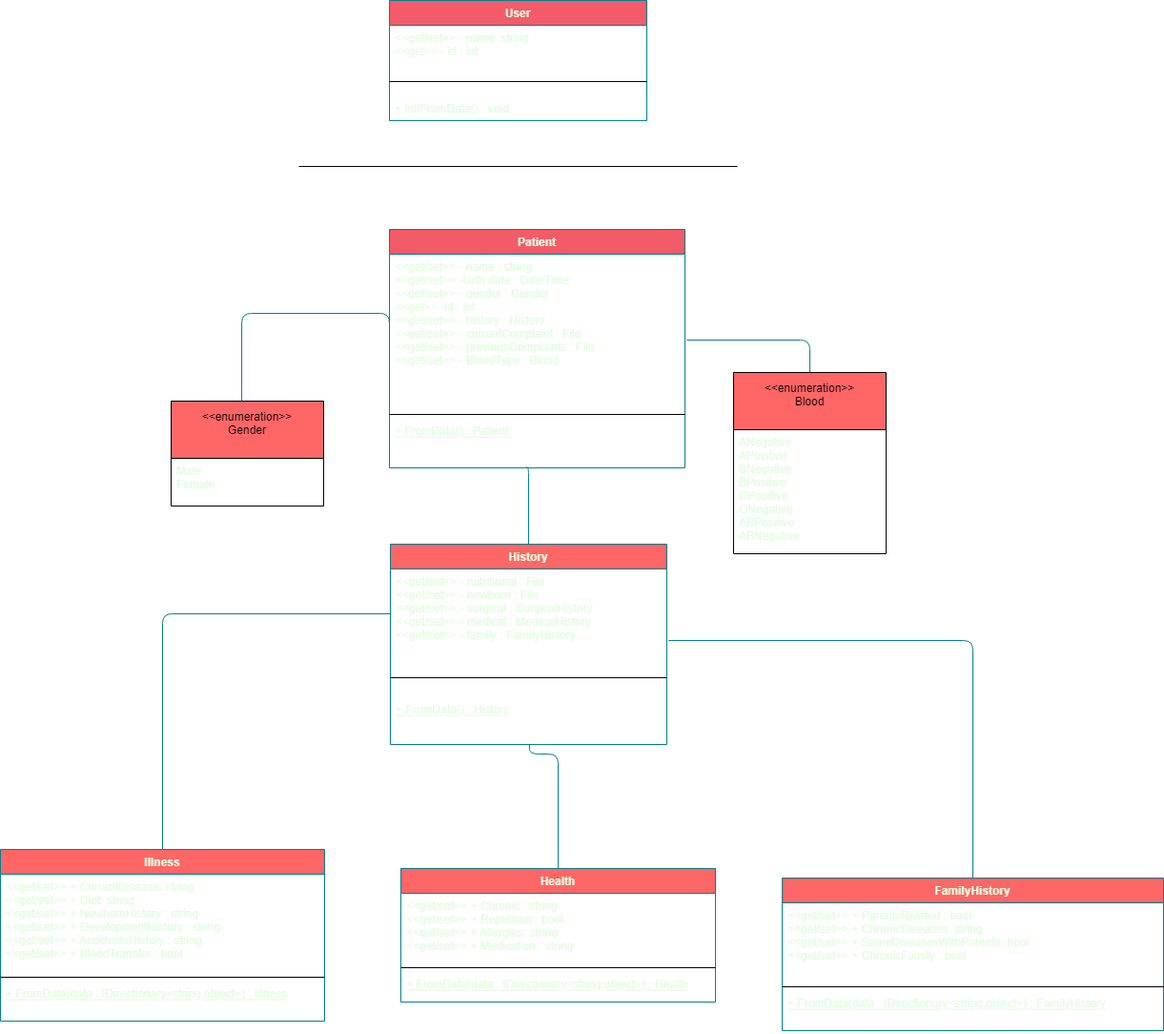
The draw.io diagram ClassDiagram.drawio.png in YusufAbdelaziz/go-clinic, before a commit. Source tidied: cells renumbered, new cells last; positions are measured from the earlier drawing's top-left corner, leaving out a move shared by most shapes.
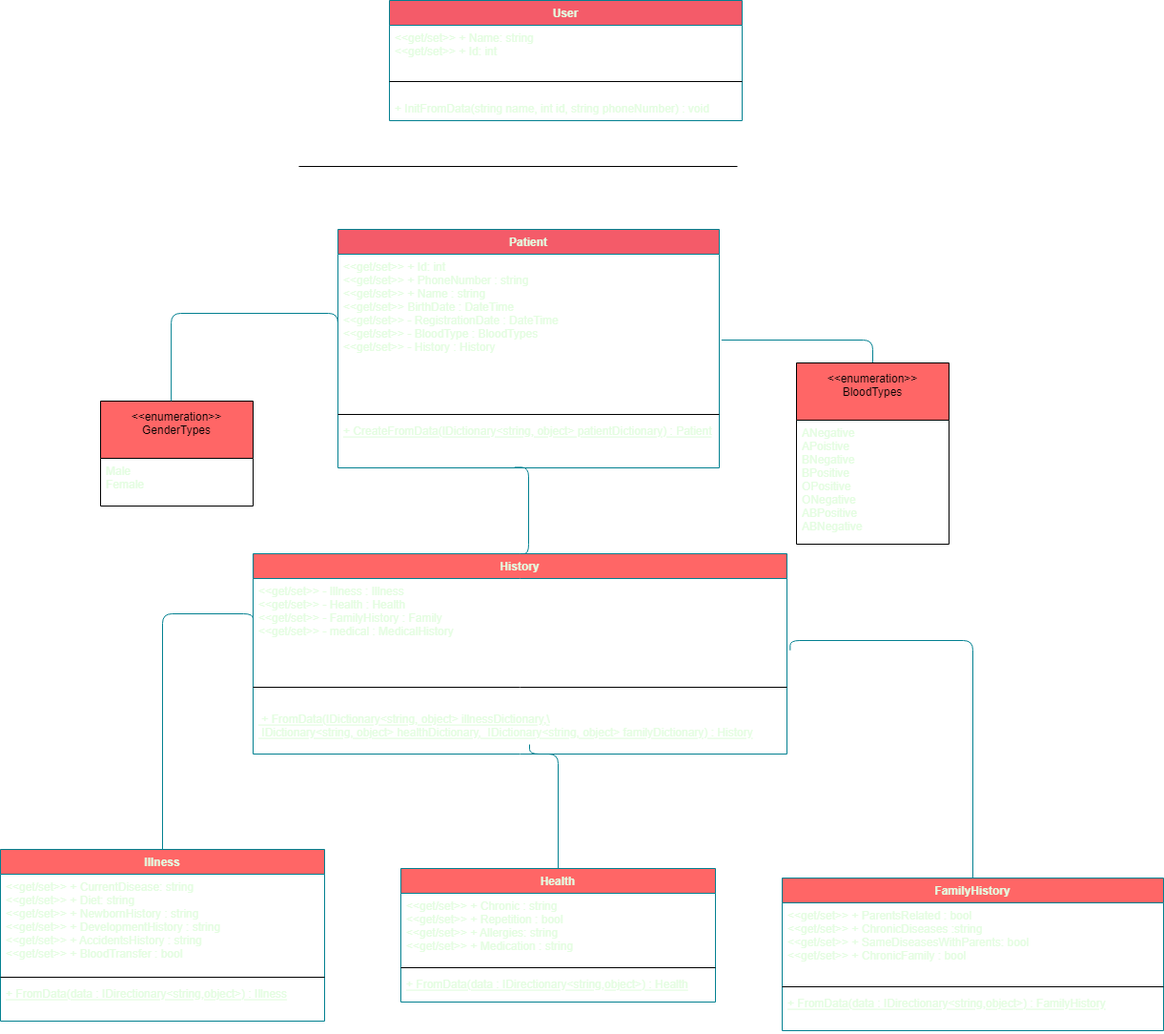
Above is the later version.

Diff of the diagram source:
```diff
@@ -3,34 +3,34 @@
     <mxCell id="0" />
     <mxCell id="1" parent="0" />
     <mxCell id="2" value="User" style="swimlane;fontStyle=1;align=center;verticalAlign=top;horizontal=1;startSize=26;rounded=0;sketch=0;fontColor=#E4FDE1;strokeColor=#028090;fillColor=#F45B69;" parent="1" vertex="1">
-      <mxGeometry x="408" width="270" height="126" as="geometry" />
+      <mxGeometry x="408" width="370" height="126" as="geometry" />
     </mxCell>
-    <mxCell id="3" value="&lt;&lt;get/set&gt;&gt; - name: string&#10;&lt;&lt;get&gt;&gt; - id : int&#10;&#10;" style="text;strokeColor=none;fillColor=none;align=left;verticalAlign=top;spacingLeft=4;spacingRight=4;overflow=hidden;rounded=0;sketch=0;fontColor=#E4FDE1;" parent="2" vertex="1">
-      <mxGeometry y="26" width="270" height="44" as="geometry" />
+    <mxCell id="3" value="&lt;&lt;get/set&gt;&gt; + Name: string&#10;&lt;&lt;get/set&gt;&gt; + Id: int&#10;&#10;&#10;" style="text;strokeColor=none;fillColor=none;align=left;verticalAlign=top;spacingLeft=4;spacingRight=4;overflow=hidden;rounded=0;sketch=0;fontColor=#E4FDE1;" parent="2" vertex="1">
+      <mxGeometry y="26" width="370" height="44" as="geometry" />
     </mxCell>
     <mxCell id="4" style="line;strokeWidth=1;fillColor=none;align=left;verticalAlign=middle;spacingTop=-1;spacingLeft=3;spacingRight=3;labelPosition=right;rounded=0;sketch=0;fontColor=#E4FDE1;" parent="2" vertex="1">
-      <mxGeometry y="70" width="270" height="30" as="geometry" />
+      <mxGeometry y="70" width="370" height="30" as="geometry" />
     </mxCell>
-    <mxCell id="5" value="+ InitFromData() : void" style="text;strokeColor=none;fillColor=none;align=left;verticalAlign=top;spacingLeft=4;spacingRight=4;overflow=hidden;rounded=0;sketch=0;fontColor=#E4FDE1;" parent="2" vertex="1">
-      <mxGeometry y="100" width="270" height="26" as="geometry" />
+    <mxCell id="5" value="+ InitFromData(string name, int id, string phoneNumber) : void" style="text;strokeColor=none;fillColor=none;align=left;verticalAlign=top;spacingLeft=4;spacingRight=4;overflow=hidden;rounded=0;sketch=0;fontColor=#E4FDE1;" parent="2" vertex="1">
+      <mxGeometry y="100" width="370" height="26" as="geometry" />
     </mxCell>
     <mxCell id="6" style="line;strokeWidth=1;fillColor=none;align=left;verticalAlign=middle;spacingTop=-1;spacingLeft=3;spacingRight=3;labelPosition=right;rounded=0;sketch=0;fontColor=#E4FDE1;" parent="1" vertex="1">
       <mxGeometry x="313" y="170" width="460" height="8" as="geometry" />
     </mxCell>
     <mxCell id="7" value="Patient" style="swimlane;fontStyle=1;align=center;verticalAlign=top;horizontal=1;startSize=26;rounded=0;sketch=0;fontColor=#E4FDE1;strokeColor=#028090;fillColor=#F45B69;" parent="1" vertex="1">
-      <mxGeometry x="408" y="240" width="310" height="250" as="geometry" />
+      <mxGeometry x="354" y="240" width="400" height="250" as="geometry" />
     </mxCell>
-    <mxCell id="8" value="&lt;&lt;get/set&gt;&gt; - name : string&#10;&lt;&lt;get/set&gt;&gt; -birth date : DateTime&#10;&lt;&lt;get/set&gt;&gt; - gender : Gender&#10;&lt;&lt;get&gt;&gt; -id : int&#10;&lt;&lt;get/set&gt;&gt; - history : History&#10;&lt;&lt;get/set&gt;&gt; - currentComplaint : File&#10;&lt;&lt;get/set&gt;&gt; - previousComplaints : File&#10;&lt;&lt;get/set&gt;&gt; - BloodType : Blood" style="text;strokeColor=none;fillColor=none;align=left;verticalAlign=top;spacingLeft=4;spacingRight=4;overflow=hidden;points=[[0,0.5],[1,0.5]];portConstraint=eastwest;rounded=0;sketch=0;fontColor=#E4FDE1;" parent="7" vertex="1">
-      <mxGeometry y="26" width="310" height="164" as="geometry" />
+    <mxCell id="8" value="&lt;&lt;get/set&gt;&gt; + Id: int&#10;&lt;&lt;get/set&gt;&gt; + PhoneNumber : string&#10;&lt;&lt;get/set&gt;&gt; + Name : string&#10;&lt;&lt;get/set&gt;&gt; BirthDate : DateTime&#10;&lt;&lt;get/set&gt;&gt; - RegistrationDate : DateTime&#10;&lt;&lt;get/set&gt;&gt; - BloodType : BloodTypes&#10;&lt;&lt;get/set&gt;&gt; - History : History&#10;" style="text;strokeColor=none;fillColor=none;align=left;verticalAlign=top;spacingLeft=4;spacingRight=4;overflow=hidden;points=[[0,0.5],[1,0.5]];portConstraint=eastwest;rounded=0;sketch=0;fontColor=#E4FDE1;" parent="7" vertex="1">
+      <mxGeometry y="26" width="400" height="164" as="geometry" />
     </mxCell>
     <mxCell id="9" style="line;strokeWidth=1;fillColor=none;align=left;verticalAlign=middle;spacingTop=-1;spacingLeft=3;spacingRight=3;labelPosition=right;rounded=0;sketch=0;fontColor=#E4FDE1;" parent="7" vertex="1">
-      <mxGeometry y="190" width="310" height="8" as="geometry" />
+      <mxGeometry y="190" width="400" height="8" as="geometry" />
     </mxCell>
-    <mxCell id="10" value="+ FromData() : Patient " style="text;strokeColor=none;fillColor=none;align=left;verticalAlign=top;spacingLeft=4;spacingRight=4;overflow=hidden;points=[[0,0.5],[1,0.5]];portConstraint=eastwest;rounded=0;sketch=0;fontColor=#E4FDE1;fontStyle=4;" parent="7" vertex="1">
-      <mxGeometry y="198" width="310" height="52" as="geometry" />
+    <mxCell id="10" value="+ CreateFromData(IDictionary&lt;string, object&gt; patientDictionary) : Patient" style="text;strokeColor=none;fillColor=none;align=left;verticalAlign=top;spacingLeft=4;spacingRight=4;overflow=hidden;points=[[0,0.5],[1,0.5]];portConstraint=eastwest;rounded=0;sketch=0;fontColor=#E4FDE1;fontStyle=4;" parent="7" vertex="1">
+      <mxGeometry y="198" width="400" height="52" as="geometry" />
     </mxCell>
-    <mxCell id="11" value="&lt;&lt;enumeration&gt;&gt;&#10;Gender&#10;" style="swimlane;fontStyle=0;horizontal=1;startSize=60;fillColor=#FF6666;rounded=0;sketch=0;" parent="1" vertex="1">
-      <mxGeometry x="179" y="420" width="160" height="110" as="geometry" />
+    <mxCell id="11" value="&lt;&lt;enumeration&gt;&gt;&#10;GenderTypes&#10;" style="swimlane;fontStyle=0;horizontal=1;startSize=60;fillColor=#FF6666;rounded=0;sketch=0;" parent="1" vertex="1">
+      <mxGeometry x="105" y="420" width="160" height="110" as="geometry" />
     </mxCell>
     <mxCell id="12" value="Male&#10;Female&#10;" style="text;strokeColor=none;fillColor=none;align=left;verticalAlign=top;spacingLeft=4;spacingRight=4;overflow=hidden;rounded=0;sketch=0;fontColor=#E4FDE1;" parent="11" vertex="1">
       <mxGeometry y="60" width="160" height="50" as="geometry" />
@@ -38,21 +38,22 @@
     <mxCell id="13" style="endArrow=none;html=1;edgeStyle=orthogonalEdgeStyle;rounded=1;sketch=0;fontColor=#E4FDE1;strokeColor=#028090;fillColor=#F45B69;curved=0;entryX=0.463;entryY=0;entryDx=0;entryDy=0;entryPerimeter=0;exitX=0;exitY=0.5;exitDx=0;exitDy=0;" parent="1" edge="1" source="8" target="11">
       <mxGeometry relative="1" as="geometry">
         <Array as="points">
-          <mxPoint x="253" y="328" />
+          <mxPoint x="354" y="328" />
+          <mxPoint x="179" y="328" />
         </Array>
       </mxGeometry>
     </mxCell>
     <mxCell id="14" value="History&#10;" style="swimlane;fontStyle=1;align=center;verticalAlign=top;horizontal=1;startSize=26;rounded=0;sketch=0;fontColor=#E4FDE1;strokeColor=#028090;fillColor=#FF6666;" parent="1" vertex="1">
-      <mxGeometry x="409" y="570" width="290" height="210" as="geometry" />
+      <mxGeometry x="265" y="580" width="560" height="210" as="geometry" />
     </mxCell>
-    <mxCell id="15" value="&lt;&lt;get/set&gt;&gt; - nutritional : File&#10;&lt;&lt;get/set&gt;&gt; - newborn : File&#10;&lt;&lt;get/set&gt;&gt; - surgical : SurgicalHistory&#10;&lt;&lt;get/set&gt;&gt; - medical : MedicalHistory&#10;&lt;&lt;get/set&gt;&gt; - family : FamilyHistory&#10;&#10;" style="text;strokeColor=none;fillColor=none;align=left;verticalAlign=top;spacingLeft=4;spacingRight=4;overflow=hidden;points=[[0,0.5],[1,0.5]];portConstraint=eastwest;rounded=0;sketch=0;fontColor=#E4FDE1;" parent="14" vertex="1">
-      <mxGeometry y="26" width="290" height="94" as="geometry" />
+    <mxCell id="15" value="&lt;&lt;get/set&gt;&gt; - Illness : Illness&#10;&lt;&lt;get/set&gt;&gt; - Health : Health&#10;&lt;&lt;get/set&gt;&gt; - FamilyHistory : Family&#10;&lt;&lt;get/set&gt;&gt; - medical : MedicalHistory&#10;&#10;" style="text;strokeColor=none;fillColor=none;align=left;verticalAlign=top;spacingLeft=4;spacingRight=4;overflow=hidden;points=[[0,0.5],[1,0.5]];portConstraint=eastwest;rounded=0;sketch=0;fontColor=#E4FDE1;" parent="14" vertex="1">
+      <mxGeometry y="26" width="560" height="94" as="geometry" />
     </mxCell>
     <mxCell id="16" style="line;strokeWidth=1;fillColor=none;align=left;verticalAlign=middle;spacingTop=-1;spacingLeft=3;spacingRight=3;labelPosition=right;rounded=0;sketch=0;fontColor=#E4FDE1;" parent="14" vertex="1">
-      <mxGeometry y="120" width="290" height="40" as="geometry" />
+      <mxGeometry y="120" width="560" height="40" as="geometry" />
     </mxCell>
-    <mxCell id="17" value="+ FromData() : History" style="text;strokeColor=none;fillColor=none;align=left;verticalAlign=top;spacingLeft=4;spacingRight=4;overflow=hidden;rounded=0;sketch=0;fontColor=#E4FDE1;fontStyle=4;" parent="14" vertex="1">
-      <mxGeometry y="160" width="290" height="50" as="geometry" />
+    <mxCell id="17" value=" + FromData(IDictionary&lt;string, object&gt; illnessDictionary,\&#10; IDictionary&lt;string, object&gt; healthDictionary,  IDictionary&lt;string, object&gt; familyDictionary) : History" style="text;strokeColor=none;fillColor=none;align=left;verticalAlign=top;spacingLeft=4;spacingRight=4;overflow=hidden;rounded=0;sketch=0;fontColor=#E4FDE1;fontStyle=4;" parent="14" vertex="1">
+      <mxGeometry y="160" width="560" height="50" as="geometry" />
     </mxCell>
     <mxCell id="18" style="endArrow=none;html=1;edgeStyle=orthogonalEdgeStyle;rounded=1;sketch=0;fontColor=#E4FDE1;strokeColor=#028090;fillColor=#F45B69;curved=0;entryX=0.5;entryY=0;entryDx=0;entryDy=0;exitX=0.463;exitY=0.989;exitDx=0;exitDy=0;exitPerimeter=0;" parent="1" edge="1" source="10" target="14">
       <mxGeometry relative="1" as="geometry">
@@ -68,8 +69,8 @@
         </Array>
       </mxGeometry>
     </mxCell>
-    <mxCell id="20" value="&lt;&lt;enumeration&gt;&gt;&#10;Blood&#10;" style="swimlane;fontStyle=0;horizontal=1;startSize=60;fillColor=#FF6666;rounded=0;sketch=0;" parent="1" vertex="1">
-      <mxGeometry x="769" y="390" width="160" height="190" as="geometry" />
+    <mxCell id="20" value="&lt;&lt;enumeration&gt;&gt;&#10;BloodTypes&#10;" style="swimlane;fontStyle=0;horizontal=1;startSize=60;fillColor=#FF6666;rounded=0;sketch=0;" parent="1" vertex="1">
+      <mxGeometry x="835" y="380" width="160" height="190" as="geometry" />
     </mxCell>
     <mxCell id="21" value="ANegative&#10;APoistive&#10;BNegative&#10;BPositive&#10;OPositive&#10;ONegative&#10;ABPositive&#10;ABNegative" style="text;strokeColor=none;fillColor=none;align=left;verticalAlign=top;spacingLeft=4;spacingRight=4;overflow=hidden;rounded=0;sketch=0;fontColor=#E4FDE1;" parent="20" vertex="1">
       <mxGeometry y="60" width="160" height="130" as="geometry" />
```
